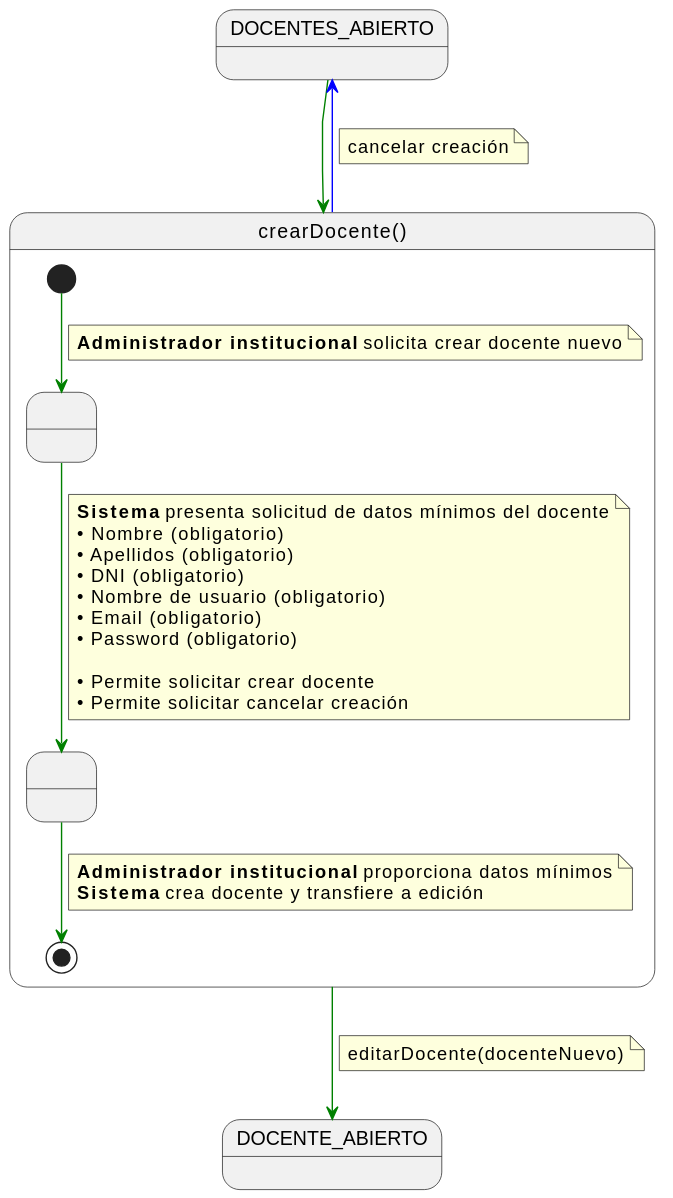
Earlier version of the PlantUML export documents/casos-de-uso/detalladoCasosDeUso/crearDocente/crearDocente.svg (martinlopez7/25-26-IdSw1-SdR).
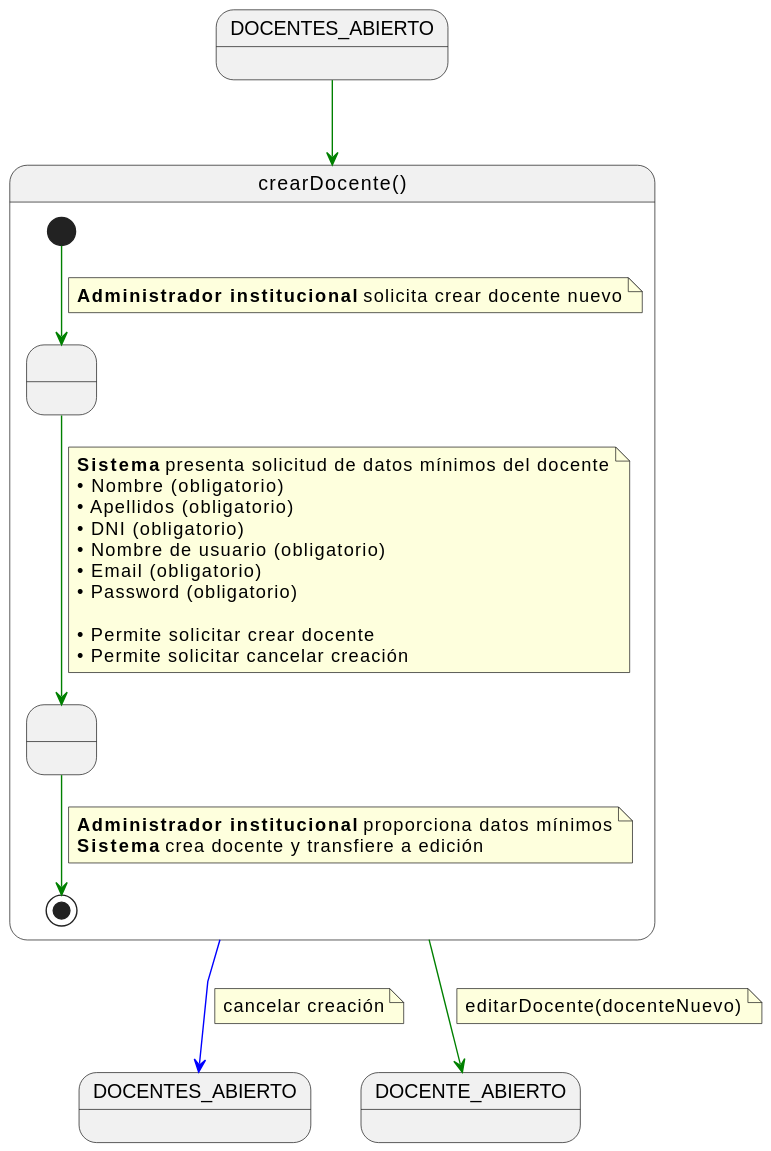
After the change.

What changed in the source:
```diff
@@ -2,6 +2,7 @@
 skinparam linetype polyline
 
 state DOCENTES_ABIERTO
+state DOCENTES_ABIERTO2 as "DOCENTES_ABIERTO"
 
 DOCENTES_ABIERTO -[#green]-> crearDocente
 
@@ -41,7 +42,7 @@
 editarDocente(docenteNuevo)
 end note
 
-crearDocente -[#blue]-> DOCENTES_ABIERTO
+crearDocente -[#blue]-> DOCENTES_ABIERTO2
 note on link
 cancelar creación
 end note
```
